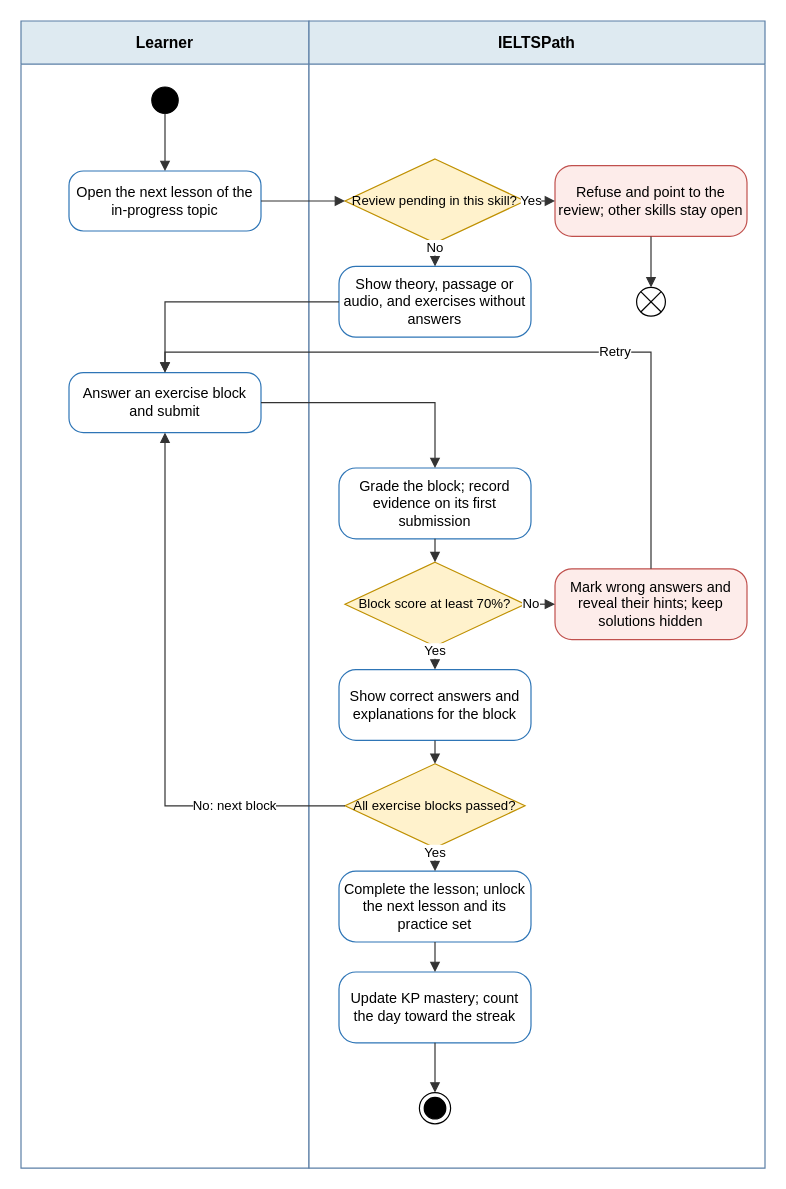
IeltsPath-Platform/backend keeps this draw.io diagram as page "SC-02 Activity" (2 of 8) of capstone-docs/rp_3.0_system-requirements-system/diagram_script/part2-diagrams/IELTSPath_Scenarios.drawio. Above is the earlier version. Source tidied: cells renumbered, new cells numbered last; positions are measured from the earlier drawing's top-left corner, leaving out a move shared by most shapes. Both pictures are drawn from the tidied source at 120%, with x=0, y=0 at pixel (20, 20).
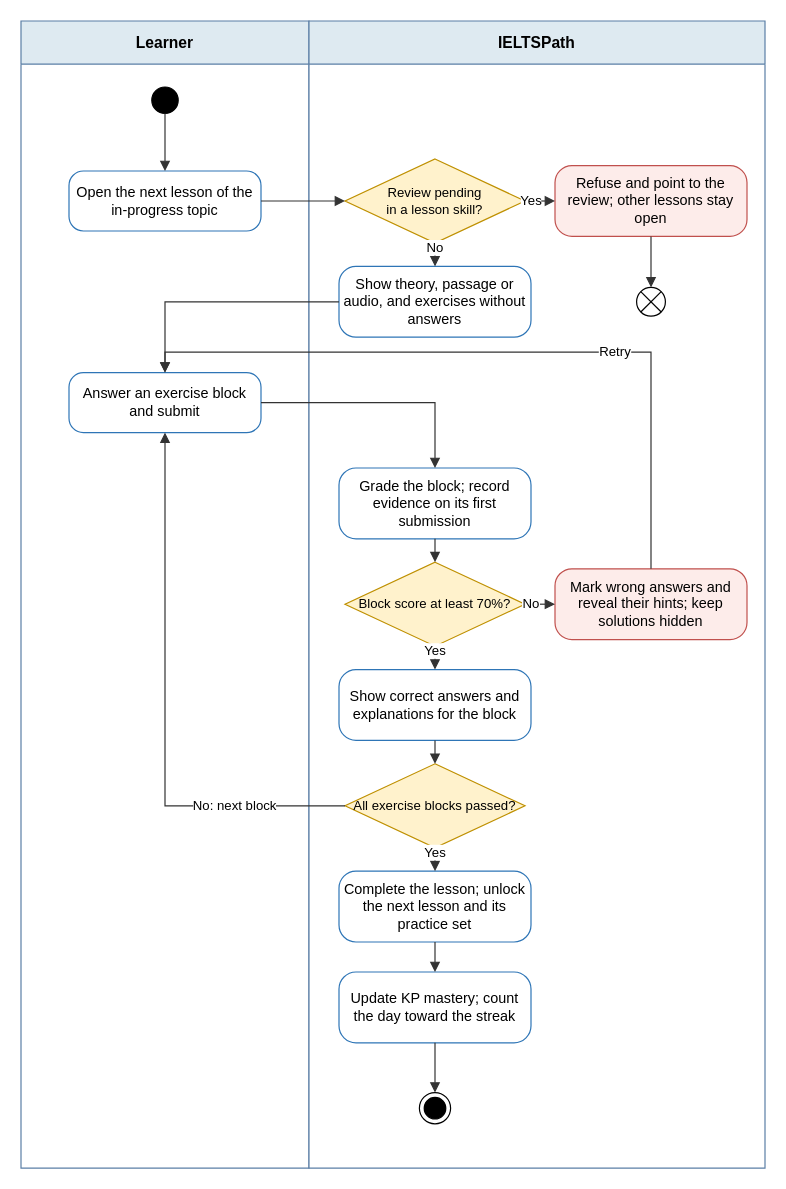
The same diagram, later.

What changed in the source:
```diff
@@
-    <mxCell id="6" value="Review pending in this skill?" style="rhombus;whiteSpace=wrap;html=1;fillColor=#FFF2CC;strokeColor=#BF9000;fontSize=11;" parent="1" vertex="1">
+    <mxCell id="6" value="Review pending&lt;br&gt;in a lesson skill?" style="rhombus;whiteSpace=wrap;html=1;fillColor=#FFF2CC;strokeColor=#BF9000;fontSize=11;" parent="1" vertex="1">
       <mxGeometry x="270" y="115" width="150" height="70" as="geometry" />
     </mxCell>
-    <mxCell id="7" value="Refuse and point to the review; other skills stay open" style="rounded=1;arcSize=24;whiteSpace=wrap;html=1;fillColor=#FDECEA;strokeColor=#C0504D;fontSize=12;" parent="1" vertex="1">
+    <mxCell id="7" value="Refuse and point to the review; other lessons stay open" style="rounded=1;arcSize=24;whiteSpace=wrap;html=1;fillColor=#FDECEA;strokeColor=#C0504D;fontSize=12;" parent="1" vertex="1">
       <mxGeometry x="445" y="120.5" width="160" height="59" as="geometry" />
     </mxCell>
```
